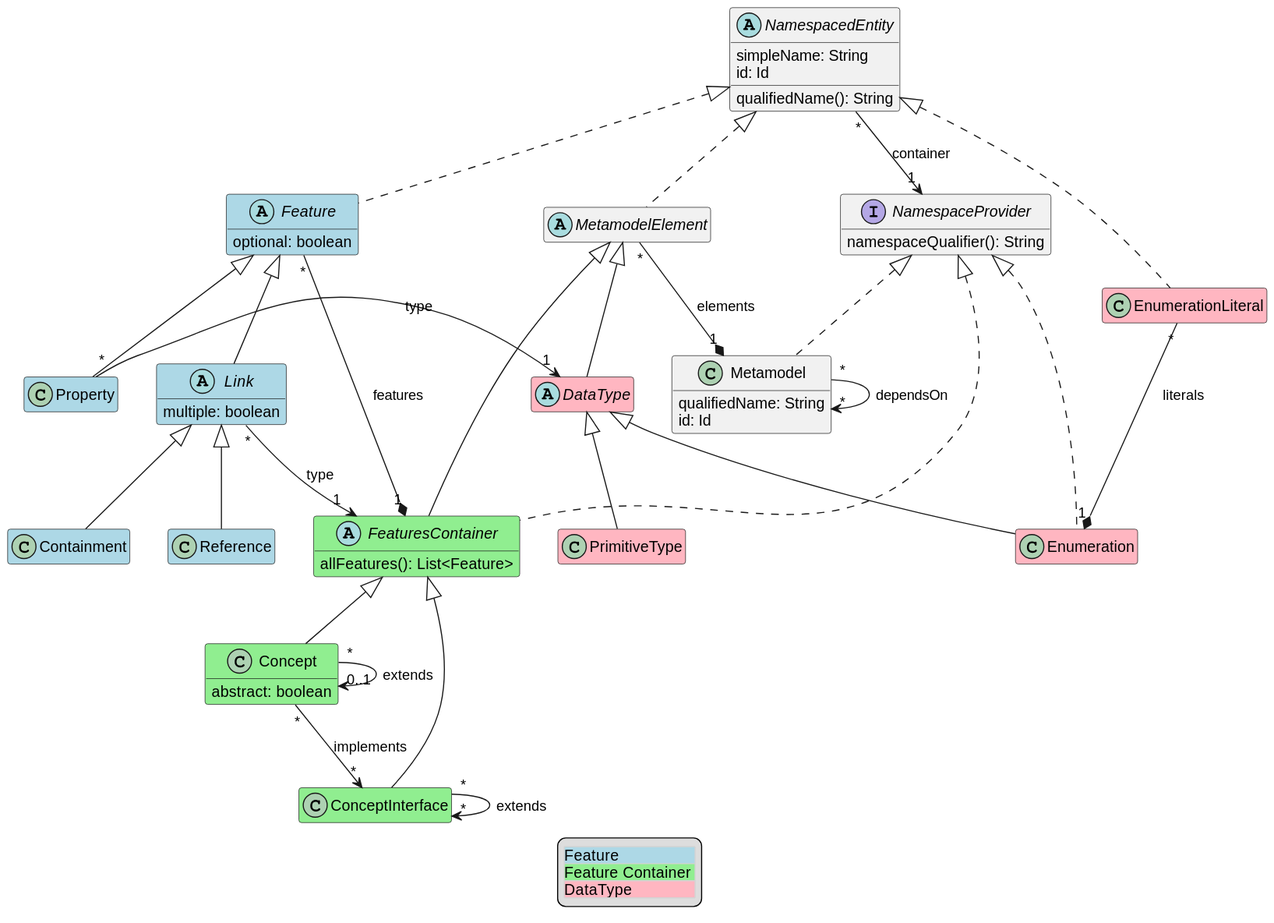
The PlantUML diagram lioncore/metametamodel.svg in LionWeb-io/specification, before a commit. Its source is kept beside it as lioncore/metametamodel.puml.
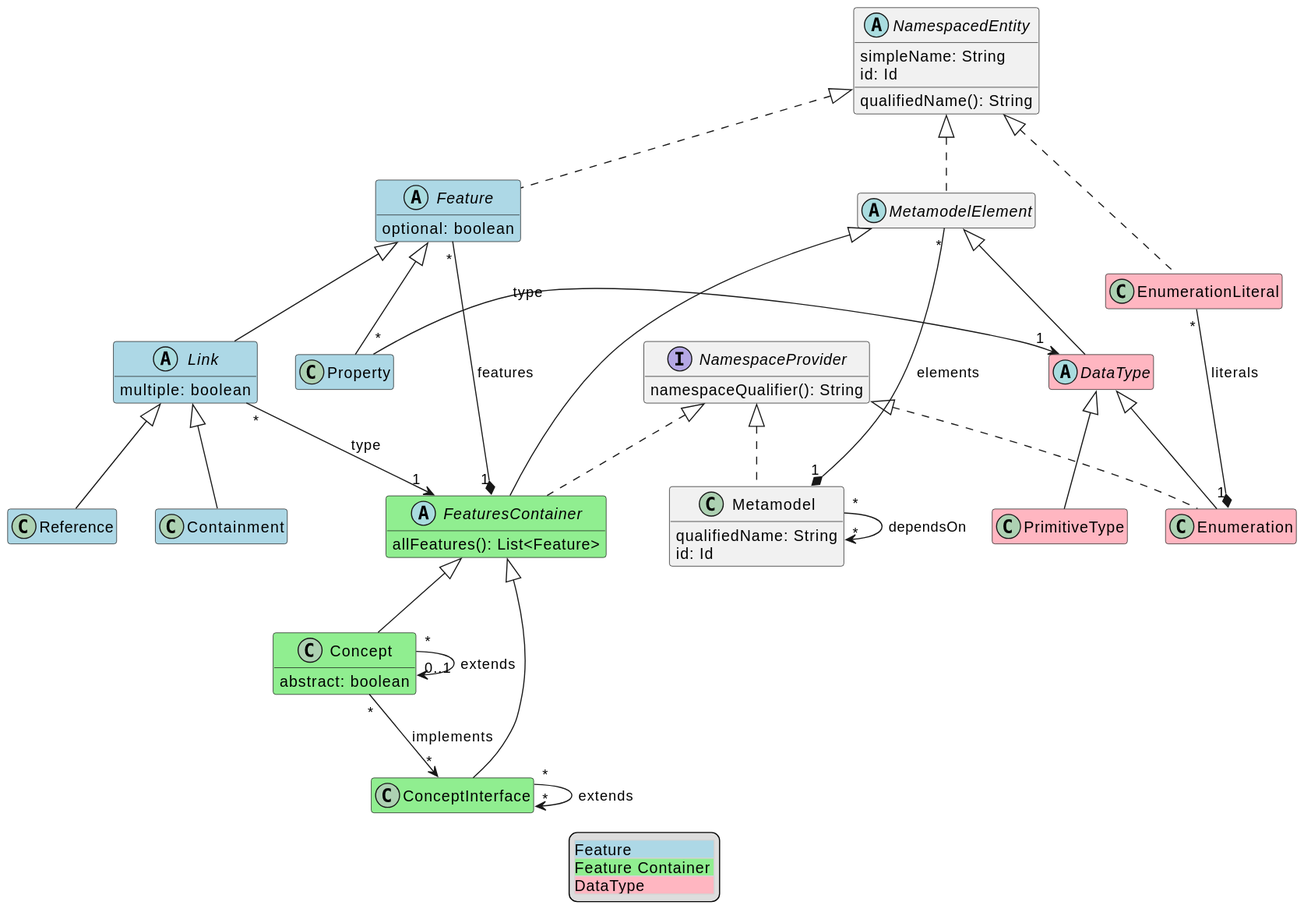
Above is the later version.

Diff of the diagram source:
```diff
@@ -65,8 +65,6 @@
 Metamodel "*" --> "*" Metamodel: dependsOn
 MetamodelElement "*" -* "1" Metamodel: elements
 
-NamespacedEntity "*" --> "1" NamespaceProvider: container
-
 Property "*" -> "1" DataType: type
 
 legend
```
